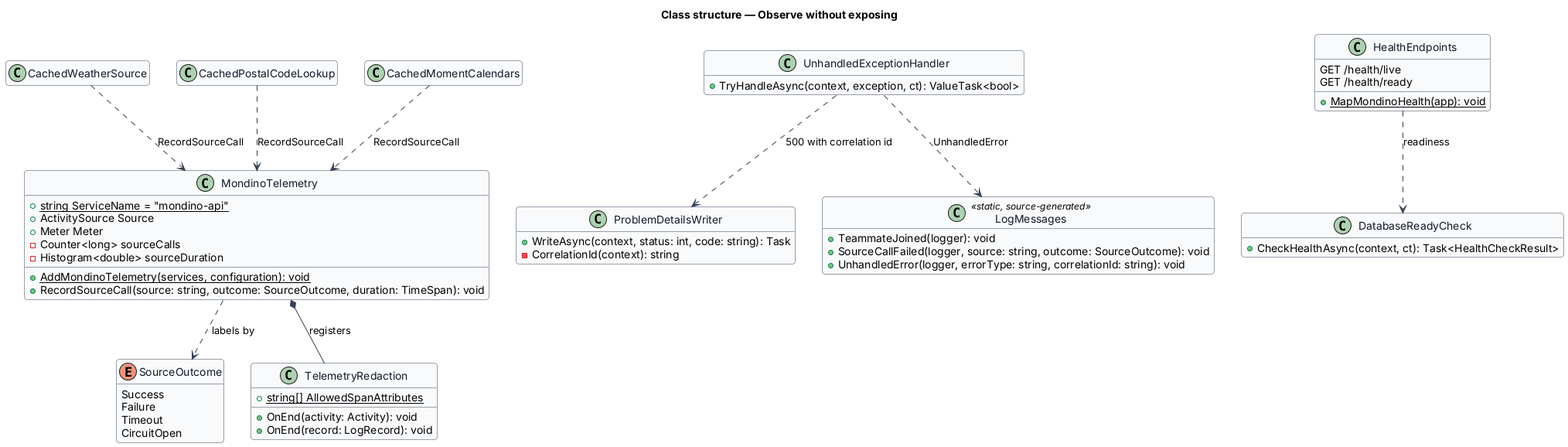
The PlantUML diagram docs/detailed-designs/platform/observe-without-exposing/diagrams/class-structure.png in QuinntyneBrown/Mondino, before a commit.
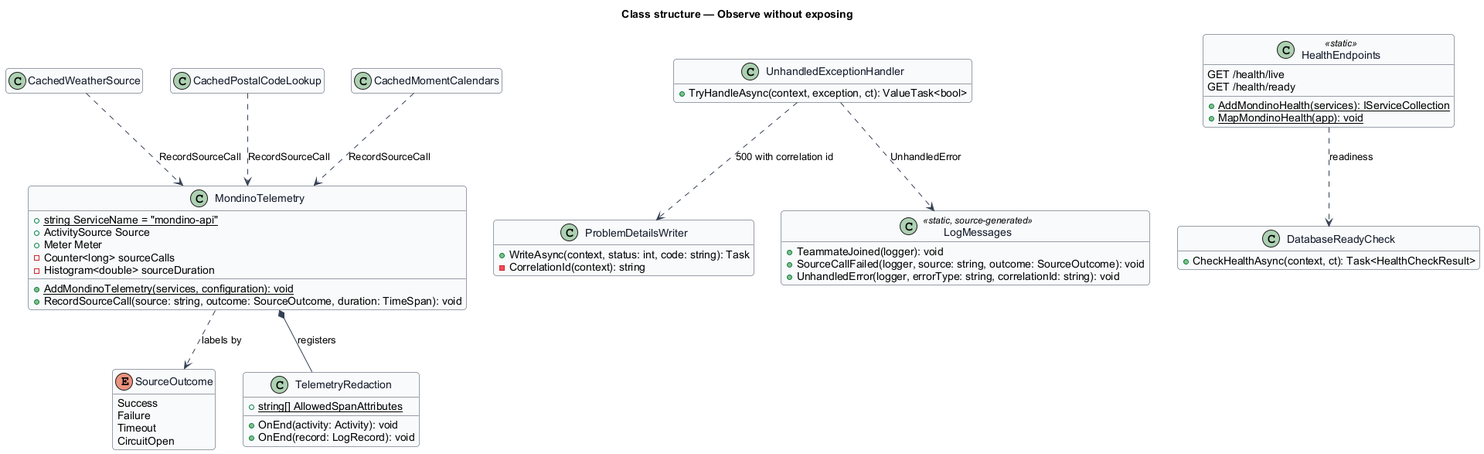
Above is the later version.

Diff of the diagram source:
```diff
@@ -50,7 +50,8 @@
   +UnhandledError(logger, errorType: string, correlationId: string): void
 }
 
-class HealthEndpoints {
+class HealthEndpoints <<static>> {
+  +{static} AddMondinoHealth(services): IServiceCollection
   +{static} MapMondinoHealth(app): void
   GET /health/live
   GET /health/ready
```
